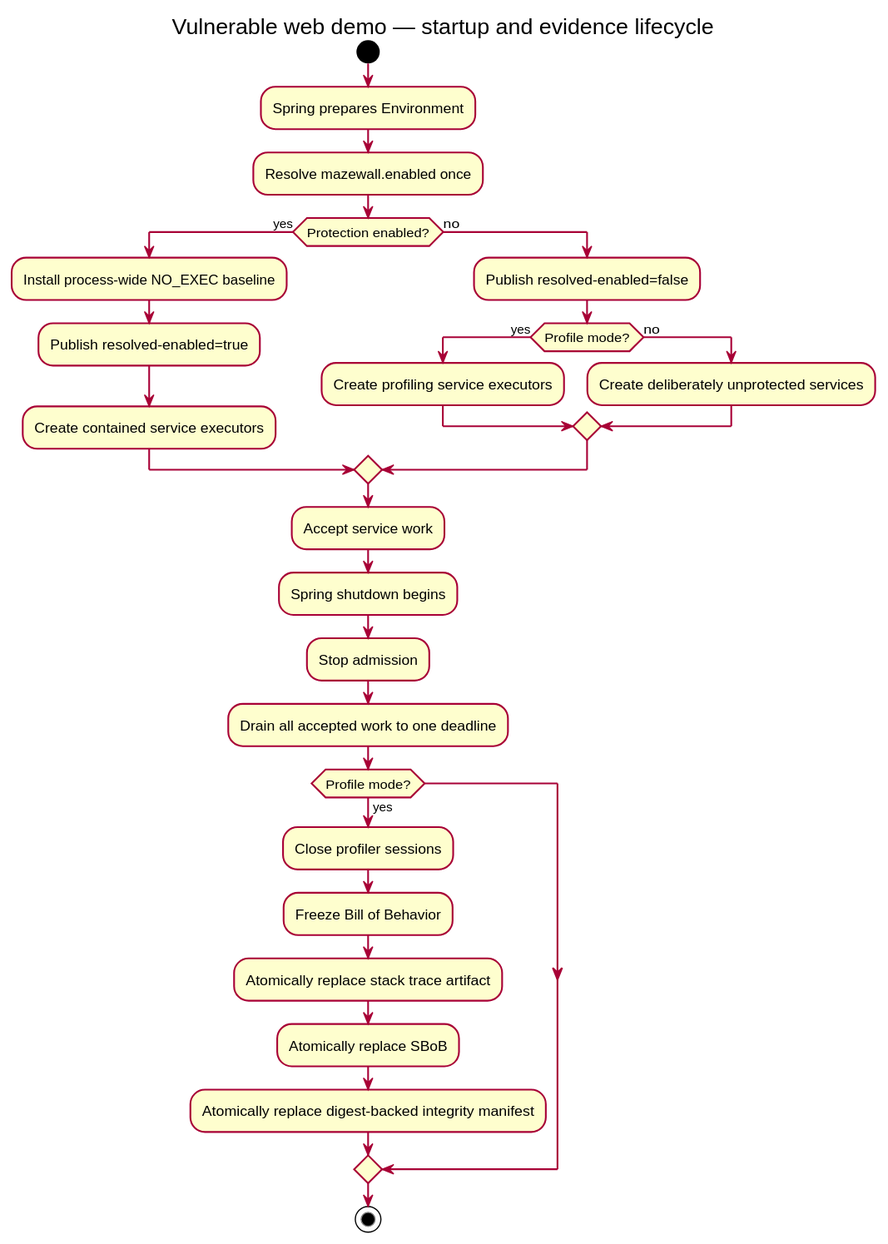
The PlantUML diagram docs/diagrams/vulnerable_web_lifecycle.svg in Pilleo/mazewall, before a commit.
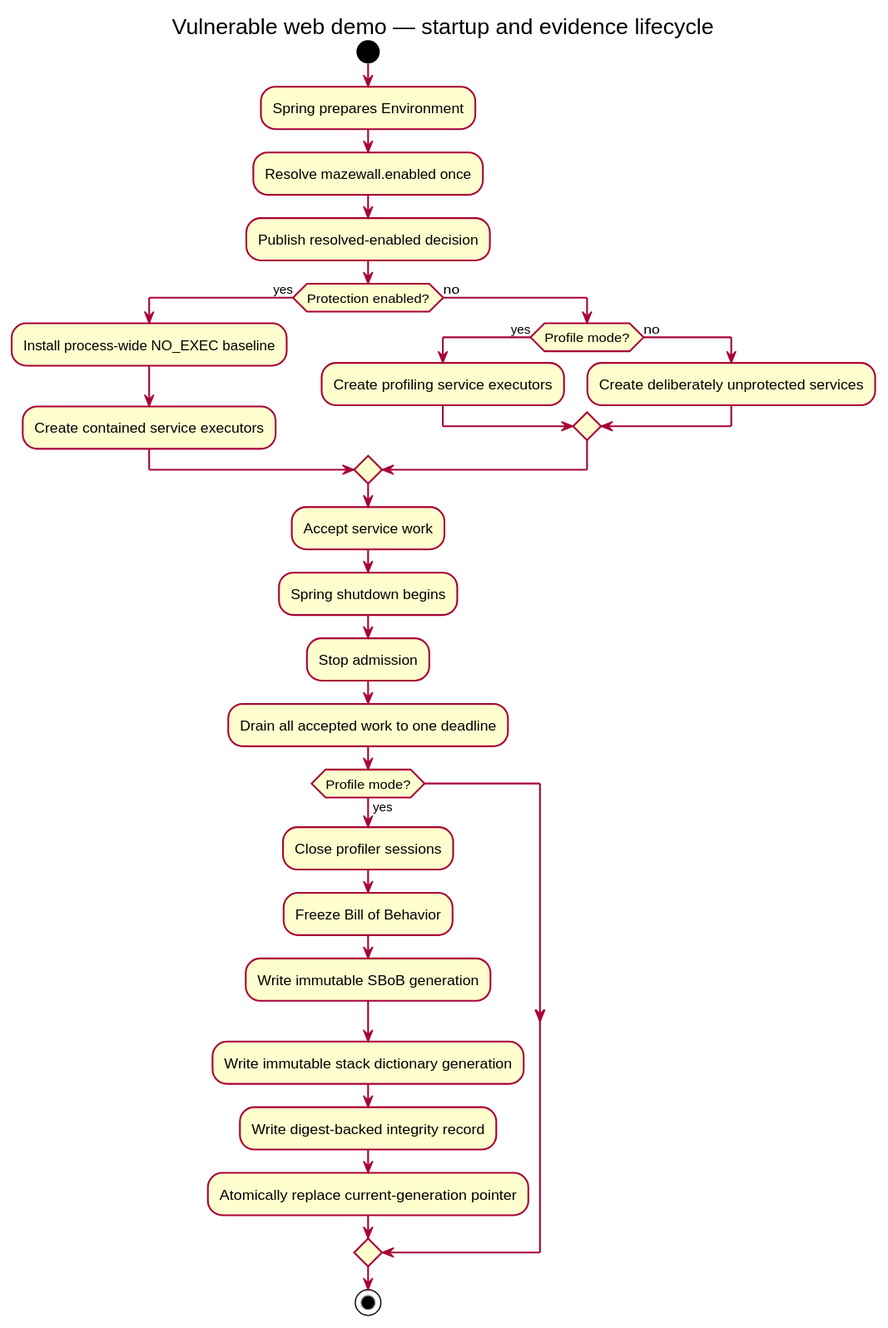
The same diagram one commit later.

Diff of the diagram source:
```diff
@@ -6,12 +6,11 @@
 start
 :Spring prepares Environment;
 :Resolve mazewall.enabled once;
+:Publish resolved-enabled decision;
 if (Protection enabled?) then (yes)
   :Install process-wide NO_EXEC baseline;
-  :Publish resolved-enabled=true;
   :Create contained service executors;
 else (no)
-  :Publish resolved-enabled=false;
   if (Profile mode?) then (yes)
     :Create profiling service executors;
   else (no)
@@ -25,9 +24,10 @@
 if (Profile mode?) then (yes)
   :Close profiler sessions;
   :Freeze Bill of Behavior;
-  :Atomically replace stack trace artifact;
-  :Atomically replace SBoB;
-  :Atomically replace digest-backed integrity manifest;
+  :Write immutable SBoB generation;
+  :Write immutable stack dictionary generation;
+  :Write digest-backed integrity record;
+  :Atomically replace current-generation pointer;
 endif
 stop
 @enduml
```
